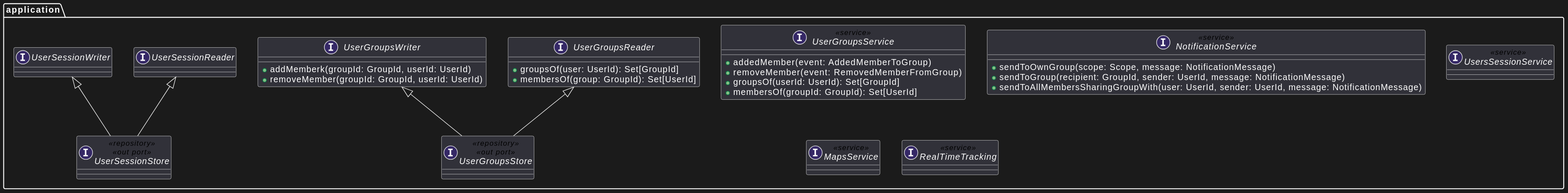
This is res/location-service-infrastructure-dark.svg from position-pal/position-pal.github.io, a PlantUML export, as it was before one commit.
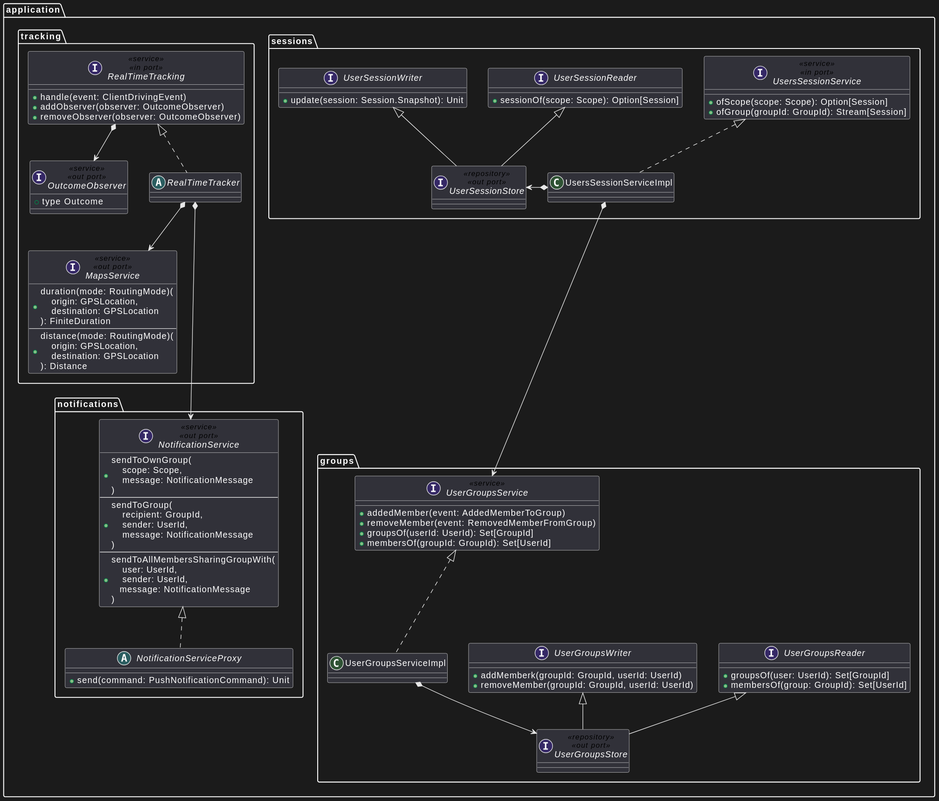
Later version of the same file.

The edit, as a diff of the source:
```diff
@@ -1,41 +1,80 @@
 @startuml
 package application {
 
-    interface UserGroupsReader {
-        + groupsOf(user: UserId): Set[GroupId]
-        + membersOf(group: GroupId): Set[UserId]
-    }
-    interface UserGroupsWriter {
-        + addMemberk(groupId: GroupId, userId: UserId)
-        + removeMember(groupId: GroupId, userId: UserId)
-    }
-    interface UserGroupsStore <<repository>> <<out port>> extends UserGroupsReader, UserGroupsWriter
+    package groups {
+        interface UserGroupsReader {
+            + groupsOf(user: UserId): Set[GroupId]
+            + membersOf(group: GroupId): Set[UserId]
+        }
+        interface UserGroupsWriter {
+            + addMemberk(groupId: GroupId, userId: UserId)
+            + removeMember(groupId: GroupId, userId: UserId)
+        }
+        interface UserGroupsStore <<repository>> <<out port>> extends UserGroupsReader, UserGroupsWriter
 
-    interface UserGroupsService <<service>> {
-        + addedMember(event: AddedMemberToGroup)
-        + removeMember(event: RemovedMemberFromGroup)
-        + groupsOf(userId: UserId): Set[GroupId]
-        + membersOf(groupId: GroupId): Set[UserId]
+        interface UserGroupsService <<service>> {
+            + addedMember(event: AddedMemberToGroup)
+            + removeMember(event: RemovedMemberFromGroup)
+            + groupsOf(userId: UserId): Set[GroupId]
+            + membersOf(groupId: GroupId): Set[UserId]
+        }
+        class UserGroupsServiceImpl implements UserGroupsService
+        UserGroupsServiceImpl *--> UserGroupsStore
     }
 
-
-    interface NotificationService <<service>> {
-        + sendToOwnGroup(scope: Scope, message: NotificationMessage)
-        + sendToGroup(recipient: GroupId, sender: UserId, message: NotificationMessage)
-        + sendToAllMembersSharingGroupWith(user: UserId, sender: UserId, message: NotificationMessage)
+    package notifications {
+        interface NotificationService <<service>> <<out port>> {
+            + sendToOwnGroup(\n    scope: Scope,\n    message: NotificationMessage\n)
+            --
+            + sendToGroup(\n    recipient: GroupId,\n    sender: UserId,\n    message: NotificationMessage\n)
+            --
+            + sendToAllMembersSharingGroupWith(\n    user: UserId,\n    sender: UserId,\n   message: NotificationMessage\n)
+        }
+        abstract class NotificationServiceProxy implements NotificationService {
+            + send(command: PushNotificationCommand): Unit
+        }
     }
 
-    interface UserSessionReader
-    interface UserSessionWriter
-    interface UserSessionStore <<repository>> <<out port>> extends UserSessionReader, UserSessionWriter
+    package sessions {
+        interface UserSessionReader {
+            + sessionOf(scope: Scope): Option[Session]
+        }
+        interface UserSessionWriter {
+            + update(session: Session.Snapshot): Unit
+        }
+        interface UserSessionStore <<repository>> <<out port>> extends UserSessionReader, UserSessionWriter
 
-    interface UsersSessionService <<service>> {
+        interface UsersSessionService <<service>> <<in port>> {
+            + ofScope(scope: Scope): Option[Session]
+            + ofGroup(groupId: GroupId): Stream[Session]
+        }
+
+        class UsersSessionServiceImpl implements UsersSessionService
+        UsersSessionServiceImpl *-left-> UserSessionStore
+        UsersSessionServiceImpl *---> UserGroupsService
     }
 
-    interface MapsService <<service>> {
-    }
+    package tracking {
+        interface MapsService <<service>> <<out port>> {
+            + duration(mode: RoutingMode)(\n    origin: GPSLocation,\n    destination: GPSLocation\n): FiniteDuration
+            --
+            + distance(mode: RoutingMode)(\n    origin: GPSLocation,\n    destination: GPSLocation\n): Distance
+        }
 
-    interface RealTimeTracking <<service>> {
+        interface OutcomeObserver <<service>> <<out port>> {
+            + type Outcome
+        }
+
+        interface RealTimeTracking <<service>> <<in port>> {
+            + handle(event: ClientDrivingEvent)
+            + addObserver(observer: OutcomeObserver)
+            + removeObserver(observer: OutcomeObserver)
+        }
+        RealTimeTracking *--> OutcomeObserver
+
+        abstract class RealTimeTracker implements RealTimeTracking
+        RealTimeTracker *--> MapsService
+        RealTimeTracker *---> NotificationService
     }
 
 }
```
